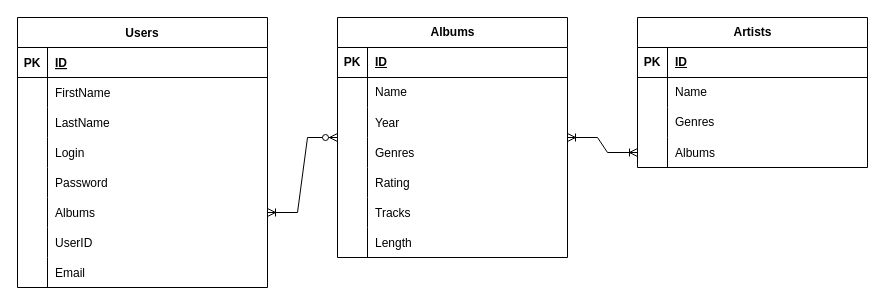
This is TurntableERD.drawio from kilkennylj/Turntable, a draw.io file, before an edit. Source tidied: cells renumbered, new cells numbered last; positions are measured from the earlier drawing's top-left corner, leaving out a move shared by most shapes. Both pictures are drawn from the tidied source at 100%, with x=0, y=0 at pixel (17, 17).
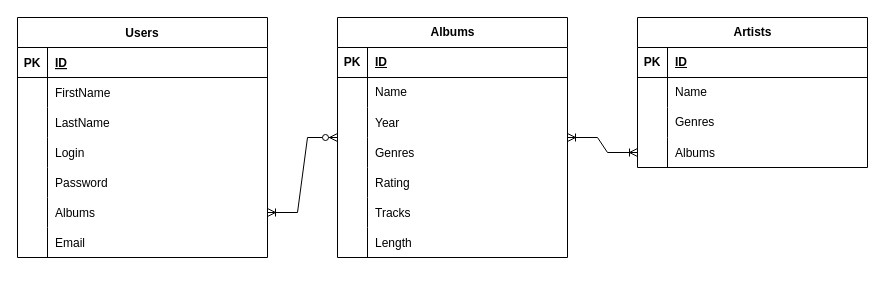
Above is the later version.

What changed in the source:
```diff
@@
     <mxCell id="2" value="Users" style="shape=table;startSize=30;childLayout=tableLayout;rowLines=0;fontStyle=1;align=center;" parent="1" vertex="1">
-      <mxGeometry width="250" height="270" as="geometry" />
+      <mxGeometry width="250" height="240" as="geometry" />
     </mxCell>
@@
-    <mxCell id="21" style="shape=tableRow;horizontal=0;startSize=0;swimlaneHead=0;swimlaneBody=0;fillColor=none;top=0;left=0;right=0;bottom=0;" parent="2" vertex="1">
-      <mxGeometry y="210" width="250" height="30" as="geometry" />
-    </mxCell>
-    <mxCell id="22" style="shape=partialRectangle;fillColor=none;top=0;left=0;bottom=0;right=0;overflow=hidden;" parent="21" vertex="1">
-      <mxGeometry width="30" height="30" as="geometry" />
-    </mxCell>
-    <mxCell id="23" value="UserID" style="shape=partialRectangle;fillColor=none;top=0;left=0;bottom=0;right=0;align=left;spacingLeft=6;overflow=hidden;" parent="21" vertex="1">
-      <mxGeometry x="30" width="220" height="30" as="geometry" />
-    </mxCell>
     <mxCell id="24" style="shape=tableRow;horizontal=0;startSize=0;swimlaneHead=0;swimlaneBody=0;fillColor=none;top=0;left=0;right=0;bottom=0;" parent="2" vertex="1">
-      <mxGeometry y="240" width="250" height="30" as="geometry" />
+      <mxGeometry y="210" width="250" height="30" as="geometry" />
     </mxCell>
```
